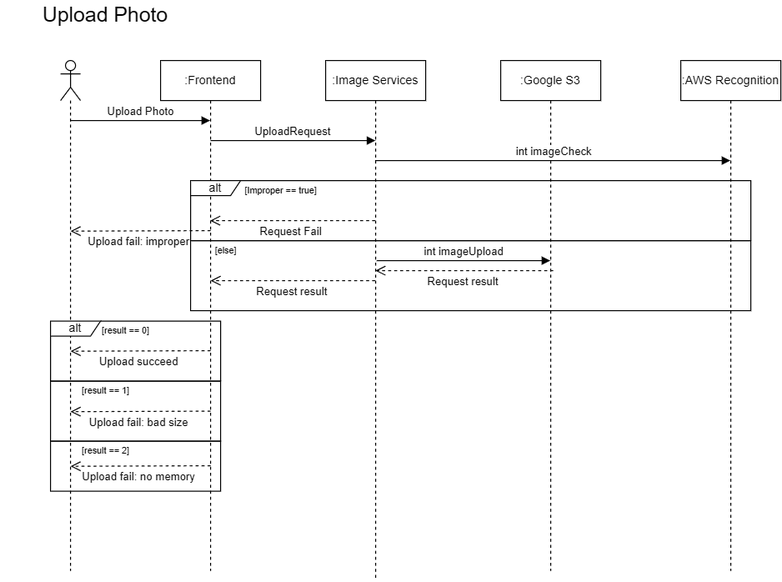
Earlier version of the draw.io export documentation/images/Upload_photo.drawio.png (Exalex16/CPEN321-WOCMS). Source tidied: cells renumbered, new cells last; positions are measured from the earlier drawing's top-left corner, leaving out a move shared by most shapes.
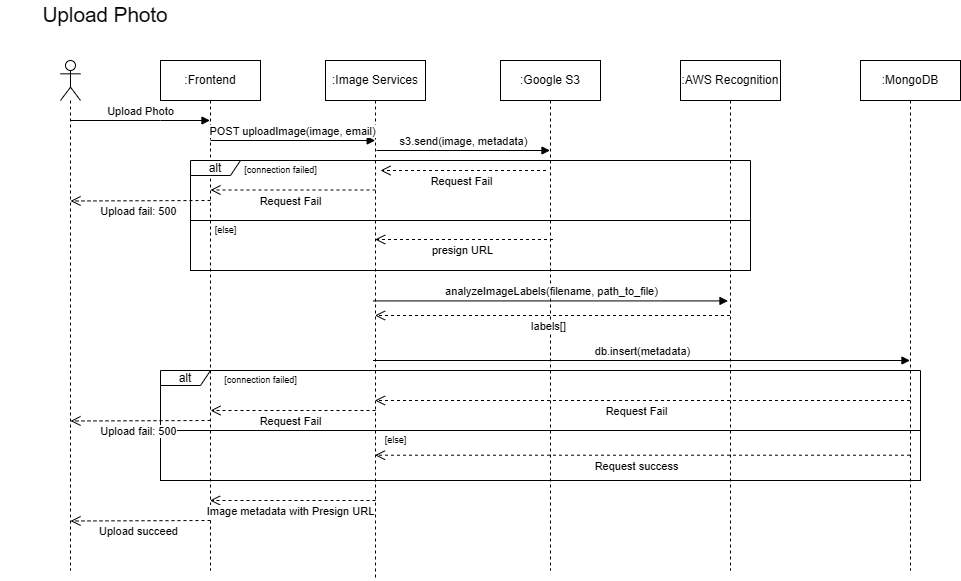
The same diagram one commit later.

What changed in the source:
```diff
@@ -21,16 +21,10 @@
         </Array>
       </mxGeometry>
     </mxCell>
-    <mxCell id="7" value="alt" style="shape=umlFrame;whiteSpace=wrap;html=1;width=50;height=15;" parent="1" vertex="1">
-      <mxGeometry x="190" y="180" width="560" height="60" as="geometry" />
-    </mxCell>
-    <mxCell id="8" value="[Improper == true]" style="text;html=1;align=center;verticalAlign=middle;strokeColor=none;fillColor=none;fontSize=9;" parent="1" vertex="1">
-      <mxGeometry x="230" y="180" width="100" height="20" as="geometry" />
-    </mxCell>
     <mxCell id="9" value=":Google S3" style="shape=umlLifeline;perimeter=lifelinePerimeter;whiteSpace=wrap;html=1;outlineConnect=0;portConstraint=eastwest;newEdgeStyle={&quot;edgeStyle&quot;:&quot;elbowEdgeStyle&quot;,&quot;elbow&quot;:&quot;vertical&quot;,&quot;curved&quot;:0,&quot;rounded&quot;:0};" parent="1" vertex="1">
       <mxGeometry x="500" y="60" width="100" height="510" as="geometry" />
     </mxCell>
-    <mxCell id="10" value="UploadRequest" style="html=1;verticalAlign=bottom;endArrow=block;curved=0;rounded=0;" parent="1" edge="1">
+    <mxCell id="10" value="POST uploadImage(image, email)" style="html=1;verticalAlign=bottom;endArrow=block;curved=0;rounded=0;" parent="1" edge="1">
       <mxGeometry relative="1" as="geometry">
         <mxPoint x="210" y="140" as="sourcePoint" />
         <mxPoint x="374.7" y="140" as="targetPoint" />
@@ -38,88 +32,118 @@
     </mxCell>
     <mxCell id="11" style="edgeStyle=orthogonalEdgeStyle;rounded=0;orthogonalLoop=1;jettySize=auto;html=1;exitX=0.5;exitY=1;exitDx=0;exitDy=0;" parent="1" edge="1">
       <mxGeometry relative="1" as="geometry">
-        <mxPoint x="460" y="420" as="sourcePoint" />
-        <mxPoint x="460" y="420" as="targetPoint" />
+        <mxPoint x="460" y="569.6" as="sourcePoint" />
+        <mxPoint x="460" y="569.6" as="targetPoint" />
       </mxGeometry>
     </mxCell>
-    <mxCell id="12" style="html=1;whiteSpace=wrap;fillColor=none;" parent="1" vertex="1">
-      <mxGeometry x="50" y="440.4" width="170" height="50" as="geometry" />
-    </mxCell>
     <mxCell id="13" value=":AWS Recognition" style="shape=umlLifeline;perimeter=lifelinePerimeter;whiteSpace=wrap;html=1;outlineConnect=0;portConstraint=eastwest;newEdgeStyle={&quot;edgeStyle&quot;:&quot;elbowEdgeStyle&quot;,&quot;elbow&quot;:&quot;vertical&quot;,&quot;curved&quot;:0,&quot;rounded&quot;:0};" parent="1" vertex="1">
       <mxGeometry x="680" y="60" width="100" height="510" as="geometry" />
     </mxCell>
-    <mxCell id="14" value="int imageCheck" style="html=1;verticalAlign=bottom;endArrow=block;curved=0;rounded=0;" parent="1" edge="1" source="5">
+    <mxCell id="14" value="db.insert(metadata)" style="html=1;verticalAlign=bottom;endArrow=block;curved=0;rounded=0;" parent="1" edge="1" target="38">
       <mxGeometry relative="1" as="geometry">
-        <mxPoint x="729.5" y="160" as="targetPoint" />
+        <mxPoint x="372.5" y="360" as="sourcePoint" />
       </mxGeometry>
     </mxCell>
-    <mxCell id="15" value="Request Fail" style="html=1;verticalAlign=bottom;endArrow=open;dashed=1;endSize=8;curved=0;rounded=0;" parent="1" edge="1">
-      <mxGeometry x="0.02" y="20" relative="1" as="geometry">
-        <mxPoint x="374.5" y="220" as="sourcePoint" />
-        <mxPoint x="209.5" y="220" as="targetPoint" />
-      </mxGeometry>
-    </mxCell>
-    <mxCell id="16" value="Upload fail: improper" style="html=1;verticalAlign=bottom;endArrow=open;dashed=1;endSize=8;curved=0;rounded=0;" parent="1" edge="1">
-      <mxGeometry x="0.02" y="20" relative="1" as="geometry">
-        <mxPoint x="210" y="230" as="sourcePoint" />
-        <mxPoint x="70" y="230.5" as="targetPoint" />
-      </mxGeometry>
-    </mxCell>
-    <mxCell id="17" style="rounded=0;whiteSpace=wrap;html=1;fillColor=none;" parent="1" vertex="1">
-      <mxGeometry x="190" y="240" width="560" height="70" as="geometry" />
-    </mxCell>
-    <mxCell id="18" value="int imageUpload" style="html=1;verticalAlign=bottom;endArrow=block;curved=0;rounded=0;" parent="1" edge="1" target="9">
+    <mxCell id="18" value="s3.send(image, metadata)" style="html=1;verticalAlign=bottom;endArrow=block;curved=0;rounded=0;" parent="1" edge="1">
       <mxGeometry relative="1" as="geometry">
-        <mxPoint x="376" y="260" as="sourcePoint" />
+        <mxPoint x="376" y="150" as="sourcePoint" />
+        <mxPoint x="549.5" y="150" as="targetPoint" />
       </mxGeometry>
     </mxCell>
-    <mxCell id="19" value="alt" style="shape=umlFrame;whiteSpace=wrap;html=1;width=50;height=15;" parent="1" vertex="1">
-      <mxGeometry x="50" y="320.4" width="170" height="60" as="geometry" />
-    </mxCell>
-    <mxCell id="20" style="rounded=0;whiteSpace=wrap;html=1;fillColor=none;" parent="1" vertex="1">
-      <mxGeometry x="50" y="380.4" width="170" height="60" as="geometry" />
-    </mxCell>
-    <mxCell id="21" value="[result == 0]" style="text;html=1;align=center;verticalAlign=middle;strokeColor=none;fillColor=none;fontSize=9;" parent="1" vertex="1">
-      <mxGeometry x="90" y="320.4" width="70" height="20" as="geometry" />
-    </mxCell>
-    <mxCell id="22" value="[else]" style="text;html=1;align=center;verticalAlign=middle;strokeColor=none;fillColor=none;fontSize=9;" parent="1" vertex="1">
-      <mxGeometry x="200" y="240" width="50" height="20" as="geometry" />
-    </mxCell>
-    <mxCell id="23" value="Upload fail: no memory" style="html=1;verticalAlign=bottom;endArrow=open;dashed=1;endSize=8;curved=0;rounded=0;" parent="1" edge="1">
-      <mxGeometry x="0.02" y="20" relative="1" as="geometry">
-        <mxPoint x="210" y="465" as="sourcePoint" />
-        <mxPoint x="70" y="465.5" as="targetPoint" />
-      </mxGeometry>
-    </mxCell>
-    <mxCell id="24" value="Upload fail: bad size" style="html=1;verticalAlign=bottom;endArrow=open;dashed=1;endSize=8;curved=0;rounded=0;" parent="1" edge="1">
-      <mxGeometry x="0.02" y="20" relative="1" as="geometry">
-        <mxPoint x="210" y="410.4" as="sourcePoint" />
-        <mxPoint x="70" y="410.9" as="targetPoint" />
-      </mxGeometry>
-    </mxCell>
-    <mxCell id="25" value="Request result" style="html=1;verticalAlign=bottom;endArrow=open;dashed=1;endSize=8;curved=0;rounded=0;" parent="1" edge="1">
-      <mxGeometry x="0.02" y="20" relative="1" as="geometry">
-        <mxPoint x="552.5" y="270" as="sourcePoint" />
-        <mxPoint x="374.7" y="270" as="targetPoint" />
-      </mxGeometry>
-    </mxCell>
-    <mxCell id="26" value="Request result" style="html=1;verticalAlign=bottom;endArrow=open;dashed=1;endSize=8;curved=0;rounded=0;" parent="1" edge="1">
-      <mxGeometry x="0.02" y="20" relative="1" as="geometry">
-        <mxPoint x="374.5" y="280" as="sourcePoint" />
-        <mxPoint x="210" y="280" as="targetPoint" />
-      </mxGeometry>
-    </mxCell>
-    <mxCell id="27" value="[result == 1&lt;span style=&quot;color: rgba(0, 0, 0, 0); font-family: monospace; font-size: 0px; text-align: start;&quot;&gt;%3CmxGraphModel%3E%3Croot%3E%3CmxCell%20id%3D%220%22%2F%3E%3CmxCell%20id%3D%221%22%20parent%3D%220%22%2F%3E%3CmxCell%20id%3D%222%22%20value%3D%22%5Bresult%20%3D%3D%200%5D%22%20style%3D%22text%3Bhtml%3D1%3Balign%3Dcenter%3BverticalAlign%3Dmiddle%3Bresizable%3D0%3Bpoints%3D%5B%5D%3Bautosize%3D1%3BstrokeColor%3Dnone%3BfillColor%3Dnone%3BfontSize%3D9%3B%22%20vertex%3D%221%22%20parent%3D%221%22%3E%3CmxGeometry%20x%3D%22215%22%20y%3D%22420%22%20width%3D%2270%22%20height%3D%2220%22%20as%3D%22geometry%22%2F%3E%3C%2FmxCell%3E%3C%2Froot%3E%3C%2FmxGraphModel%3E&lt;/span&gt;]" style="text;html=1;align=center;verticalAlign=middle;strokeColor=none;fillColor=none;fontSize=9;" parent="1" vertex="1">
-      <mxGeometry x="70" y="380.4" width="70" height="20" as="geometry" />
-    </mxCell>
-    <mxCell id="28" value="[result == 2&lt;span style=&quot;color: rgba(0, 0, 0, 0); font-family: monospace; font-size: 0px; text-align: start;&quot;&gt;%3CmxGraphModel%3E%3Croot%3E%3CmxCell%20id%3D%220%22%2F%3E%3CmxCell%20id%3D%221%22%20parent%3D%220%22%2F%3E%3CmxCell%20id%3D%222%22%20value%3D%22%5Bresult%20%3D%3D%200%5D%22%20style%3D%22text%3Bhtml%3D1%3Balign%3Dcenter%3BverticalAlign%3Dmiddle%3Bresizable%3D0%3Bpoints%3D%5B%5D%3Bautosize%3D1%3BstrokeColor%3Dnone%3BfillColor%3Dnone%3BfontSize%3D9%3B%22%20vertex%3D%221%22%20parent%3D%221%22%3E%3CmxGeometry%20x%3D%22215%22%20y%3D%22420%22%20width%3D%2270%22%20height%3D%2220%22%20as%3D%22geometry%22%2F%3E%3C%2FmxCell%3E%3C%2Froot%3E%3C%2FmxGraphModel%3E&lt;/span&gt;]" style="text;html=1;align=center;verticalAlign=middle;strokeColor=none;fillColor=none;fontSize=9;" parent="1" vertex="1">
-      <mxGeometry x="70" y="440.4" width="70" height="20" as="geometry" />
-    </mxCell>
     <mxCell id="29" value="Upload succeed" style="html=1;verticalAlign=bottom;endArrow=open;dashed=1;endSize=8;curved=0;rounded=0;" parent="1" edge="1">
       <mxGeometry x="0.02" y="20" relative="1" as="geometry">
-        <mxPoint x="210" y="350" as="sourcePoint" />
-        <mxPoint x="70" y="350.5" as="targetPoint" />
+        <mxPoint x="210" y="520" as="sourcePoint" />
+        <mxPoint x="70" y="520.5" as="targetPoint" />
       </mxGeometry>
     </mxCell>
+    <mxCell id="30" value="alt" style="shape=umlFrame;whiteSpace=wrap;html=1;width=50;height=15;" parent="1" vertex="1">
+      <mxGeometry x="190" y="160" width="560" height="60" as="geometry" />
+    </mxCell>
+    <mxCell id="31" value="[connection failed]" style="text;html=1;align=center;verticalAlign=middle;strokeColor=none;fillColor=none;fontSize=9;" parent="1" vertex="1">
+      <mxGeometry x="230" y="160" width="100" height="20" as="geometry" />
+    </mxCell>
+    <mxCell id="32" value="Request Fail" style="html=1;verticalAlign=bottom;endArrow=open;dashed=1;endSize=8;curved=0;rounded=0;" parent="1" edge="1">
+      <mxGeometry x="0.02" y="20" relative="1" as="geometry">
+        <mxPoint x="375" y="189.5" as="sourcePoint" />
+        <mxPoint x="210" y="189.5" as="targetPoint" />
+      </mxGeometry>
+    </mxCell>
+    <mxCell id="33" value="Upload fail: 500" style="html=1;verticalAlign=bottom;endArrow=open;dashed=1;endSize=8;curved=0;rounded=0;" parent="1" edge="1">
+      <mxGeometry x="0.02" y="20" relative="1" as="geometry">
+        <mxPoint x="210" y="200" as="sourcePoint" />
+        <mxPoint x="70" y="200.5" as="targetPoint" />
+      </mxGeometry>
+    </mxCell>
+    <mxCell id="34" style="rounded=0;whiteSpace=wrap;html=1;fillColor=none;" parent="1" vertex="1">
+      <mxGeometry x="190" y="220" width="560" height="50" as="geometry" />
+    </mxCell>
+    <mxCell id="35" value="[else]" style="text;html=1;align=center;verticalAlign=middle;strokeColor=none;fillColor=none;fontSize=9;" parent="1" vertex="1">
+      <mxGeometry x="200" y="220" width="50" height="20" as="geometry" />
+    </mxCell>
+    <mxCell id="36" value="presign URL" style="html=1;verticalAlign=bottom;endArrow=open;dashed=1;endSize=8;curved=0;rounded=0;" parent="1" edge="1">
+      <mxGeometry x="0.02" y="20" relative="1" as="geometry">
+        <mxPoint x="552.5" y="239" as="sourcePoint" />
+        <mxPoint x="374.7" y="239" as="targetPoint" />
+      </mxGeometry>
+    </mxCell>
+    <mxCell id="37" value="Request Fail" style="html=1;verticalAlign=bottom;endArrow=open;dashed=1;endSize=8;curved=0;rounded=0;" parent="1" edge="1">
+      <mxGeometry x="0.02" y="20" relative="1" as="geometry">
+        <mxPoint x="545.5" y="170" as="sourcePoint" />
+        <mxPoint x="380" y="170" as="targetPoint" />
+      </mxGeometry>
+    </mxCell>
+    <mxCell id="38" value=":MongoDB" style="shape=umlLifeline;perimeter=lifelinePerimeter;whiteSpace=wrap;html=1;outlineConnect=0;portConstraint=eastwest;newEdgeStyle={&quot;edgeStyle&quot;:&quot;elbowEdgeStyle&quot;,&quot;elbow&quot;:&quot;vertical&quot;,&quot;curved&quot;:0,&quot;rounded&quot;:0};" parent="1" vertex="1">
+      <mxGeometry x="860" y="60" width="100" height="510" as="geometry" />
+    </mxCell>
+    <mxCell id="39" value="analyzeImageLabels(filename, path_to_file)" style="html=1;verticalAlign=bottom;endArrow=block;curved=0;rounded=0;" parent="1" edge="1">
+      <mxGeometry relative="1" as="geometry">
+        <mxPoint x="372.5" y="300.4" as="sourcePoint" />
+        <mxPoint x="727.5" y="300.4" as="targetPoint" />
+      </mxGeometry>
+    </mxCell>
+    <mxCell id="40" value="labels[]" style="html=1;verticalAlign=bottom;endArrow=open;dashed=1;endSize=8;curved=0;rounded=0;" parent="1" edge="1" source="13" target="5">
+      <mxGeometry x="0.02" y="20" relative="1" as="geometry" />
+    </mxCell>
+    <mxCell id="41" value="alt" style="shape=umlFrame;whiteSpace=wrap;html=1;width=50;height=15;" parent="1" vertex="1">
+      <mxGeometry x="160" y="370" width="760" height="60" as="geometry" />
+    </mxCell>
+    <mxCell id="42" value="[connection failed]" style="text;html=1;align=center;verticalAlign=middle;strokeColor=none;fillColor=none;fontSize=9;" parent="1" vertex="1">
+      <mxGeometry x="210" y="370" width="100" height="20" as="geometry" />
+    </mxCell>
+    <mxCell id="43" value="Request Fail" style="html=1;verticalAlign=bottom;endArrow=open;dashed=1;endSize=8;curved=0;rounded=0;" parent="1" edge="1">
+      <mxGeometry x="0.02" y="20" relative="1" as="geometry">
+        <mxPoint x="375" y="410" as="sourcePoint" />
+        <mxPoint x="210" y="410" as="targetPoint" />
+      </mxGeometry>
+    </mxCell>
+    <mxCell id="44" style="rounded=0;whiteSpace=wrap;html=1;fillColor=none;" parent="1" vertex="1">
+      <mxGeometry x="160" y="430" width="760" height="50" as="geometry" />
+    </mxCell>
+    <mxCell id="45" value="[else]" style="text;html=1;align=center;verticalAlign=middle;strokeColor=none;fillColor=none;fontSize=9;" parent="1" vertex="1">
+      <mxGeometry x="370" y="430" width="50" height="20" as="geometry" />
+    </mxCell>
+    <mxCell id="46" value="Request Fail" style="html=1;verticalAlign=bottom;endArrow=open;dashed=1;endSize=8;curved=0;rounded=0;" parent="1" edge="1">
+      <mxGeometry x="0.02" y="20" relative="1" as="geometry">
+        <mxPoint x="909.5" y="400" as="sourcePoint" />
+        <mxPoint x="374.5" y="400" as="targetPoint" />
+      </mxGeometry>
+    </mxCell>
+    <mxCell id="47" value="Upload fail: 500" style="html=1;verticalAlign=bottom;endArrow=open;dashed=1;endSize=8;curved=0;rounded=0;" parent="1" edge="1">
+      <mxGeometry x="0.02" y="20" relative="1" as="geometry">
+        <mxPoint x="210" y="420" as="sourcePoint" />
+        <mxPoint x="70" y="420.5" as="targetPoint" />
+      </mxGeometry>
+    </mxCell>
+    <mxCell id="48" value="Request success" style="html=1;verticalAlign=bottom;endArrow=open;dashed=1;endSize=8;curved=0;rounded=0;" parent="1" edge="1">
+      <mxGeometry x="0.02" y="20" relative="1" as="geometry">
+        <mxPoint x="909.5" y="454.7" as="sourcePoint" />
+        <mxPoint x="374.5" y="454.7" as="targetPoint" />
+      </mxGeometry>
+    </mxCell>
+    <mxCell id="49" value="Image metadata with Presign URL" style="html=1;verticalAlign=bottom;endArrow=open;dashed=1;endSize=8;curved=0;rounded=0;" parent="1" edge="1" target="2">
+      <mxGeometry x="0.02" y="20" relative="1" as="geometry">
+        <mxPoint x="375" y="500" as="sourcePoint" />
+      </mxGeometry>
+    </mxCell>
   </root>
 </mxGraphModel>
```
